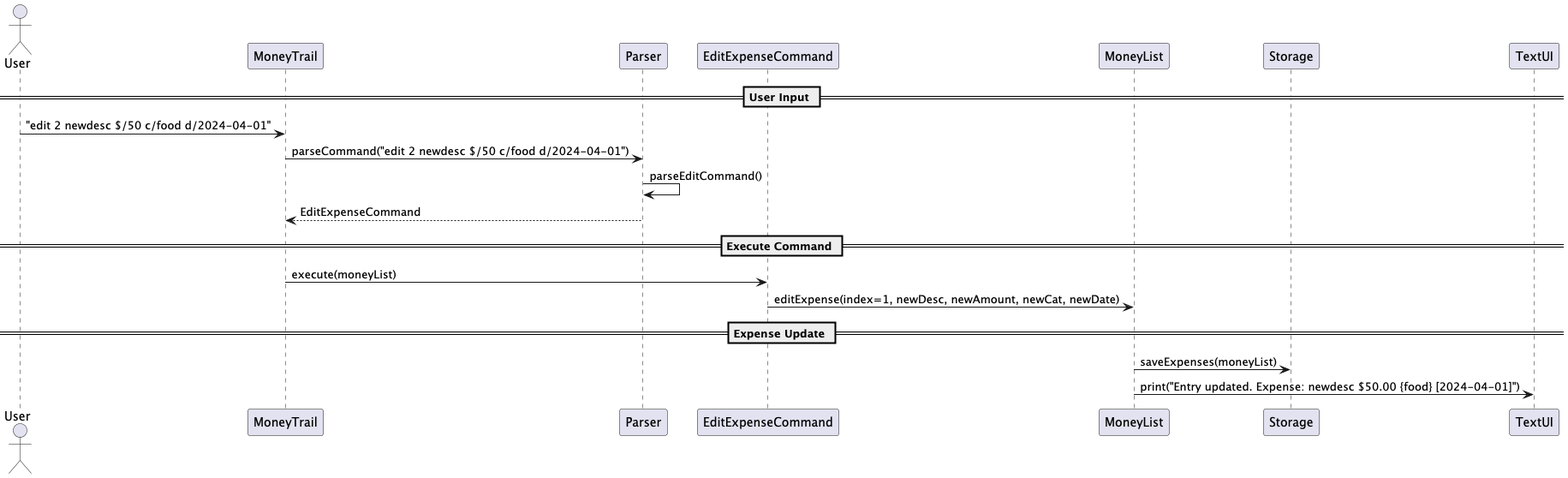
The PlantUML diagram docs/diagrams/EditExpenses.png in EdwinTun98/tp, before a commit. The source it was exported from:
```plantuml
@startuml
actor User
participant MoneyTrail
participant Parser
participant EditExpenseCommand
participant MoneyList
participant Storage
participant TextUI

== User Input ==
User -> MoneyTrail : "edit 2 newdesc $/50 c/food d/2024-04-01"
MoneyTrail -> Parser : parseCommand("edit 2 newdesc $/50 c/food d/2024-04-01")
Parser -> Parser : parseEditCommand()
Parser --> MoneyTrail : EditExpenseCommand

== Execute Command ==
MoneyTrail -> EditExpenseCommand : execute(moneyList)
EditExpenseCommand -> MoneyList : editExpense(index=1, newDesc, newAmount, newCat, newDate)

== Expense Update ==
MoneyList -> Storage : saveExpenses(moneyList)
MoneyList -> TextUI : print("Entry updated. Expense: newdesc $50.00 {food} [2024-04-01]")

@enduml
```
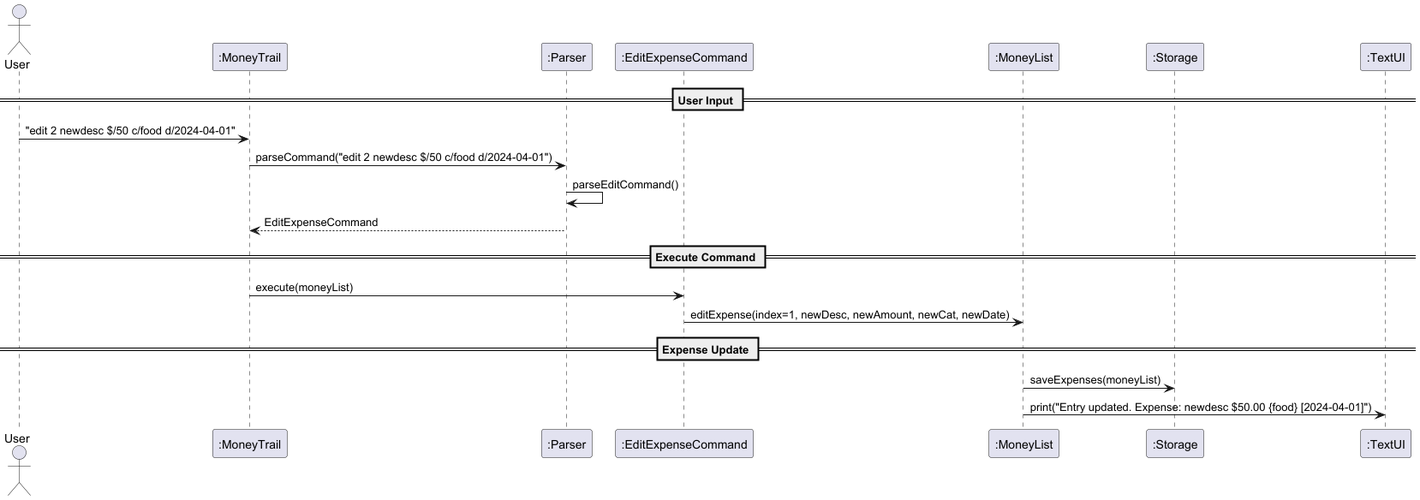
After the commit.

The edit, as a diff of the source:
```diff
@@ -1,11 +1,11 @@
 @startuml
 actor User
-participant MoneyTrail
-participant Parser
-participant EditExpenseCommand
-participant MoneyList
-participant Storage
-participant TextUI
+participant MoneyTrail as ":MoneyTrail"
+participant Parser as ":Parser"
+participant EditExpenseCommand as ":EditExpenseCommand"
+participant MoneyList as ":MoneyList"
+participant Storage as ":Storage"
+participant TextUI as ":TextUI"
 
 == User Input ==
 User -> MoneyTrail : "edit 2 newdesc $/50 c/food d/2024-04-01"
```
